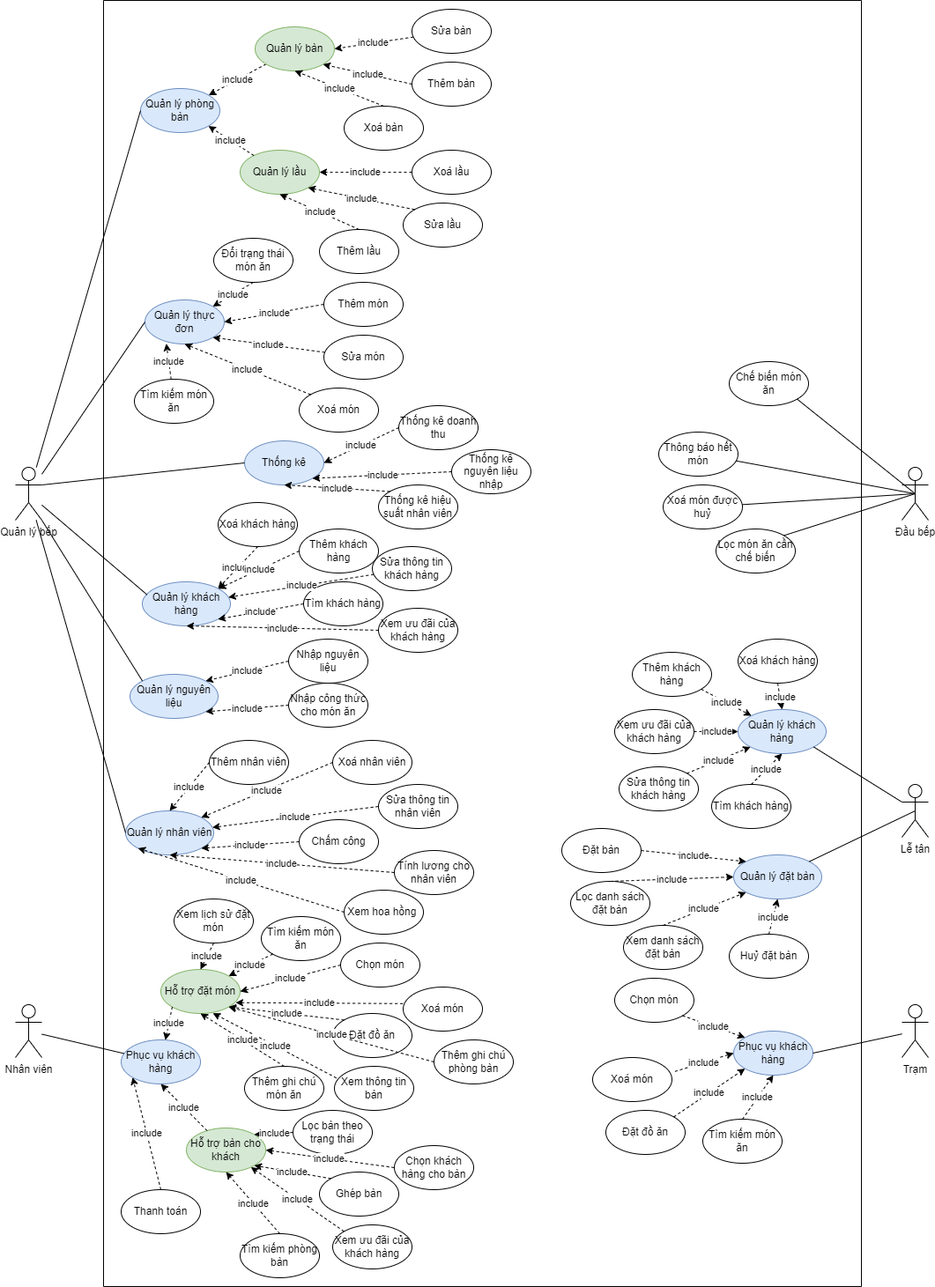
Before: resman Usecase.drawio.png, a diagram exported from draw.io (lion160801/resman-documentation). Source tidied: cells renumbered, new cells last; positions are measured from the earlier drawing's top-left corner, leaving out a move shared by most shapes.
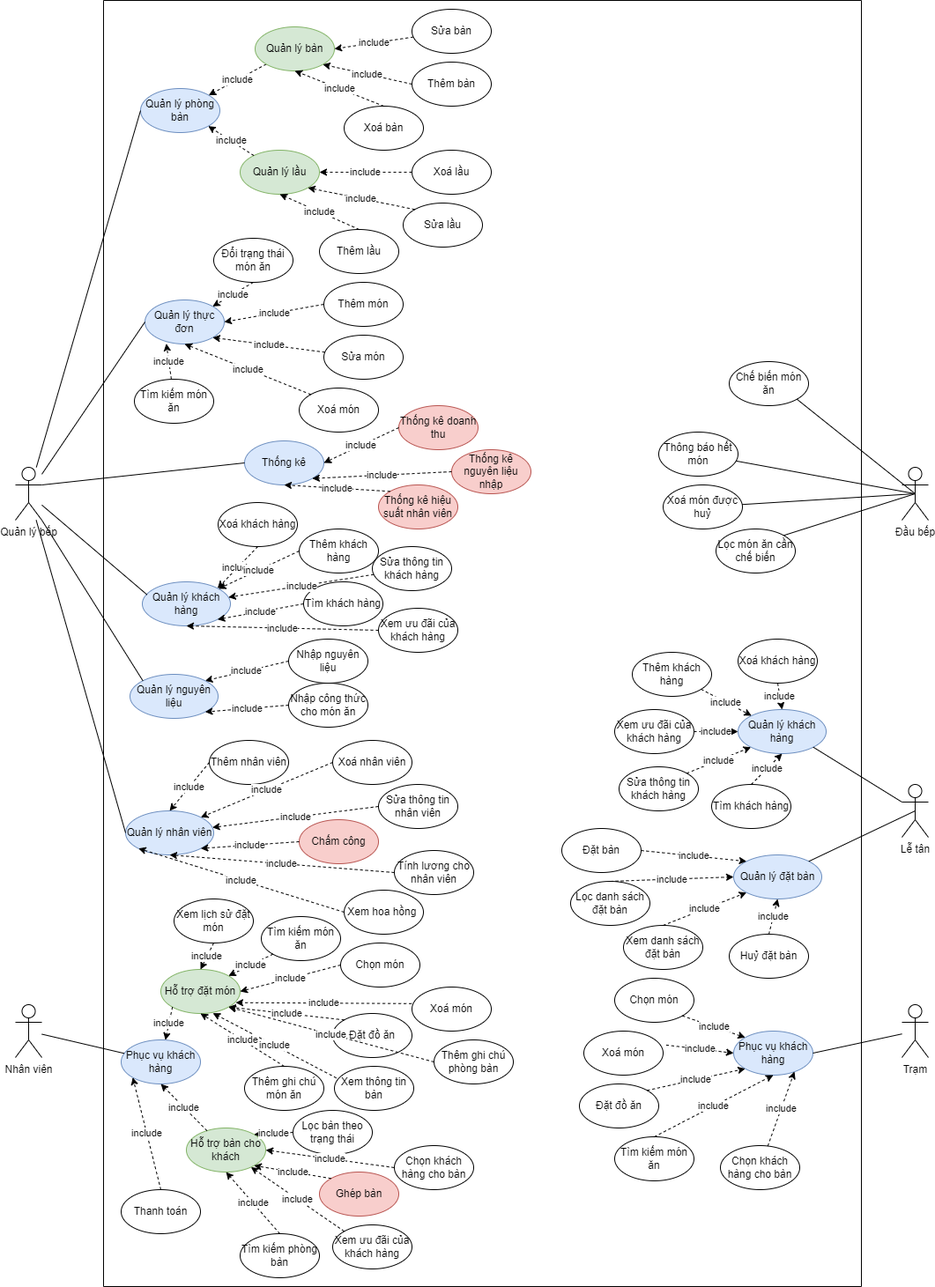
Later version of the same file.

Change to the diagram source:
```diff
@@ -66,9 +66,9 @@
       <mxGeometry x="179" y="1040" width="90" height="50" as="geometry" />
     </mxCell>
     <mxCell id="23" value="Xoá món" style="ellipse;whiteSpace=wrap;html=1;" parent="2" vertex="1">
-      <mxGeometry x="340" y="1120" width="90" height="50" as="geometry" />
+      <mxGeometry x="350" y="1120" width="90" height="50" as="geometry" />
     </mxCell>
-    <mxCell id="24" value="Ghép bàn" style="ellipse;whiteSpace=wrap;html=1;" parent="2" vertex="1">
+    <mxCell id="24" value="Ghép bàn" style="ellipse;whiteSpace=wrap;html=1;fillColor=#f8cecc;strokeColor=#b85450;" parent="2" vertex="1">
       <mxGeometry x="245" y="1330" width="90" height="50" as="geometry" />
     </mxCell>
     <mxCell id="25" value="Xem thông tin bàn" style="ellipse;whiteSpace=wrap;html=1;" parent="2" vertex="1">
@@ -96,16 +96,16 @@
       <mxGeometry x="635" y="550" width="90" height="50" as="geometry" />
     </mxCell>
     <mxCell id="33" value="Tìm kiếm món ăn" style="ellipse;whiteSpace=wrap;html=1;" parent="2" vertex="1">
-      <mxGeometry x="680" y="1270" width="90" height="50" as="geometry" />
+      <mxGeometry x="580" y="1290" width="90" height="50" as="geometry" />
     </mxCell>
     <mxCell id="34" value="Xoá món" style="ellipse;whiteSpace=wrap;html=1;" parent="2" vertex="1">
-      <mxGeometry x="555" y="1200" width="90" height="50" as="geometry" />
+      <mxGeometry x="545" y="1170" width="90" height="50" as="geometry" />
     </mxCell>
     <mxCell id="35" value="Chọn món" style="ellipse;whiteSpace=wrap;html=1;" parent="2" vertex="1">
       <mxGeometry x="580" y="1110" width="90" height="50" as="geometry" />
     </mxCell>
     <mxCell id="36" value="Đặt đồ ăn" style="ellipse;whiteSpace=wrap;html=1;" parent="2" vertex="1">
-      <mxGeometry x="570" y="1260" width="90" height="50" as="geometry" />
+      <mxGeometry x="540" y="1230" width="90" height="50" as="geometry" />
     </mxCell>
     <mxCell id="37" value="Quản lý khách hàng" style="ellipse;whiteSpace=wrap;html=1;fillColor=#dae8fc;strokeColor=#6c8ebf;" parent="2" vertex="1">
       <mxGeometry x="44" y="660" width="100" height="50" as="geometry" />
@@ -131,13 +131,13 @@
     <mxCell id="44" value="Tìm khách hàng" style="ellipse;whiteSpace=wrap;html=1;" parent="2" vertex="1">
       <mxGeometry x="227" y="660" width="90" height="50" as="geometry" />
     </mxCell>
-    <mxCell id="45" value="Thống kê doanh thu" style="ellipse;whiteSpace=wrap;html=1;" parent="2" vertex="1">
+    <mxCell id="45" value="Thống kê doanh thu" style="ellipse;whiteSpace=wrap;html=1;fillColor=#f8cecc;strokeColor=#b85450;" parent="2" vertex="1">
       <mxGeometry x="335" y="460" width="90" height="50" as="geometry" />
     </mxCell>
-    <mxCell id="46" value="Thống kê nguyên liệu nhập" style="ellipse;whiteSpace=wrap;html=1;" parent="2" vertex="1">
+    <mxCell id="46" value="Thống kê nguyên liệu nhập" style="ellipse;whiteSpace=wrap;html=1;fillColor=#f8cecc;strokeColor=#b85450;" parent="2" vertex="1">
       <mxGeometry x="395" y="510" width="90" height="50" as="geometry" />
     </mxCell>
-    <mxCell id="47" value="Thống kê hiệu suất nhân viên" style="ellipse;whiteSpace=wrap;html=1;" parent="2" vertex="1">
+    <mxCell id="47" value="Thống kê hiệu suất nhân viên" style="ellipse;whiteSpace=wrap;html=1;fillColor=#f8cecc;strokeColor=#b85450;" parent="2" vertex="1">
       <mxGeometry x="312" y="550" width="90" height="50" as="geometry" />
     </mxCell>
     <mxCell id="48" value="Nhập nguyên liệu" style="ellipse;whiteSpace=wrap;html=1;" parent="2" vertex="1">
@@ -155,7 +155,7 @@
     <mxCell id="52" value="Tính lương cho nhân viên" style="ellipse;whiteSpace=wrap;html=1;" parent="2" vertex="1">
       <mxGeometry x="330" y="965" width="90" height="50" as="geometry" />
     </mxCell>
-    <mxCell id="53" value="Chấm công" style="ellipse;whiteSpace=wrap;html=1;" parent="2" vertex="1">
+    <mxCell id="53" value="Chấm công" style="ellipse;whiteSpace=wrap;html=1;fillColor=#f8cecc;strokeColor=#b85450;" parent="2" vertex="1">
       <mxGeometry x="222" y="930" width="90" height="50" as="geometry" />
     </mxCell>
     <mxCell id="54" value="Xem hoa hồng&amp;nbsp;" style="ellipse;whiteSpace=wrap;html=1;" parent="2" vertex="1">
@@ -395,6 +395,12 @@
     <mxCell id="132" value="include" style="edgeStyle=none;rounded=0;jettySize=auto;html=1;strokeColor=default;dashed=1;exitX=0;exitY=0.5;exitDx=0;exitDy=0;" parent="2" edge="1" source="131" target="49">
       <mxGeometry relative="1" as="geometry" />
     </mxCell>
+    <mxCell id="152" value="Chọn khách hàng cho bàn" style="ellipse;whiteSpace=wrap;html=1;" parent="2" vertex="1">
+      <mxGeometry x="700" y="1300" width="90" height="50" as="geometry" />
+    </mxCell>
+    <mxCell id="153" value="include" style="edgeStyle=none;rounded=0;jettySize=auto;html=1;strokeColor=default;dashed=1;entryX=0.767;entryY=0.92;entryDx=0;entryDy=0;entryPerimeter=0;" parent="2" edge="1" source="152" target="105">
+      <mxGeometry relative="1" as="geometry" />
+    </mxCell>
     <mxCell id="133" value="Quản lý bếp" style="shape=umlActor;verticalLabelPosition=bottom;verticalAlign=top;html=1;outlineConnect=0;" parent="1" vertex="1">
       <mxGeometry y="530" width="30" height="60" as="geometry" />
     </mxCell>
```
